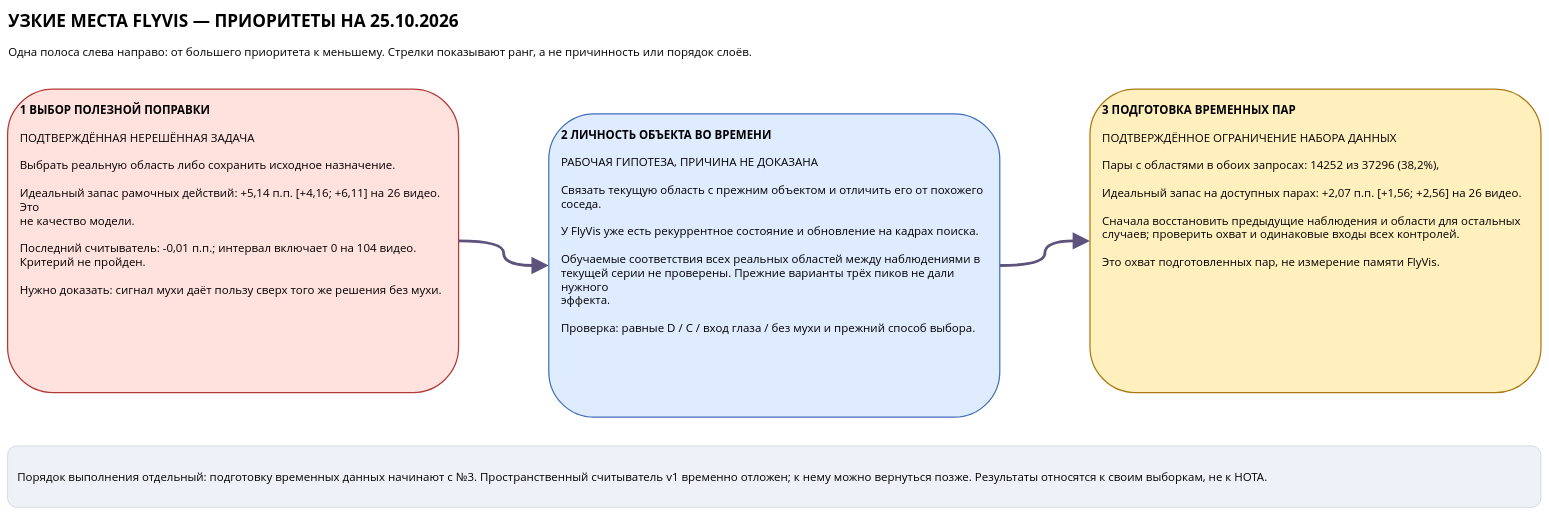
Above: page "Узкие места — приоритеты" (2 of 2) of dissertation/architecture/FlyVis_architecture.drawio in Azidaan/FlyNight (draw.io), before the change. Source tidied: cells renumbered, new cells numbered last; positions are measured from the earlier drawing's top-left corner, leaving out a move shared by most shapes. Both pictures are drawn from the tidied source at 41%, with x=0, y=0 at pixel (7, 7).
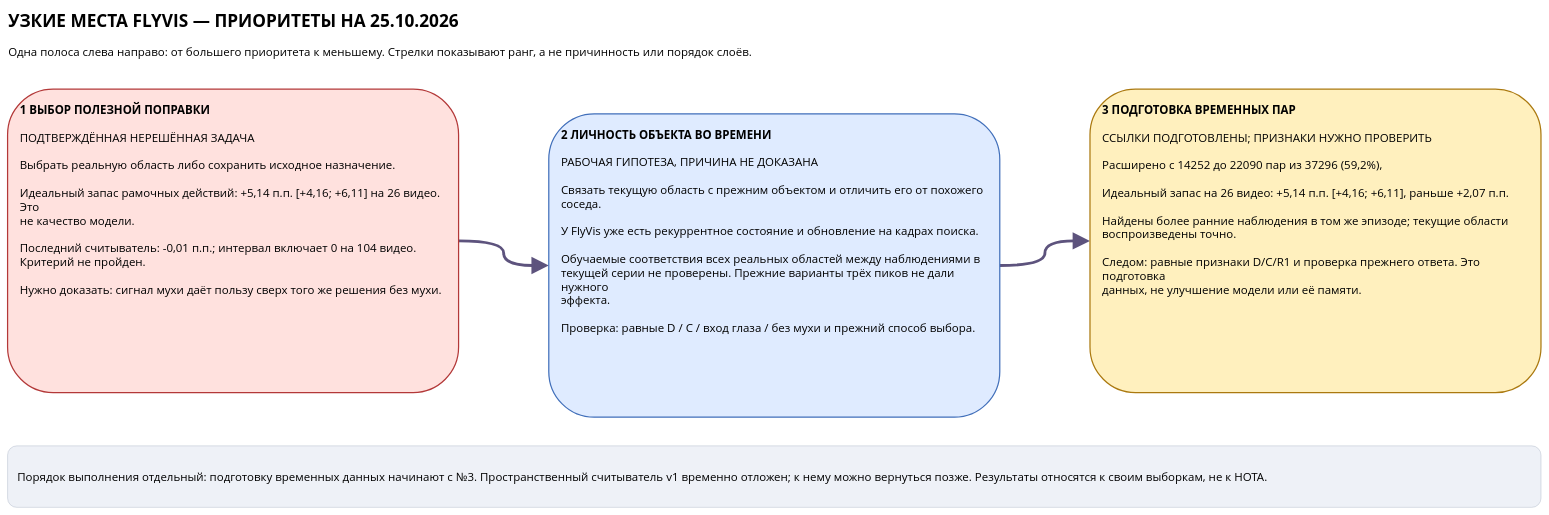
Above is the later version.

Diff of the diagram source:
```diff
@@
 <mxGraphModel>
   <root>
     <mxCell id="0" />
     <mxCell id="1" parent="0" />
     <mxCell id="2" value="УЗКИЕ МЕСТА FLYVIS — ПРИОРИТЕТЫ НА 25.10.2026" style="text;html=1;align=left;fontSize=42;fontStyle=1;fontFamily=Segoe UI;" parent="1" vertex="1">
       <mxGeometry width="3740" height="75" as="geometry" />
     </mxCell>
     <mxCell id="3" value="Одна полоса слева направо: от большего приоритета к меньшему. Стрелки показывают ранг, а не причинность или порядок слоёв." style="text;html=1;align=left;whiteSpace=wrap;fontSize=28;fontFamily=Segoe UI;" parent="1" vertex="1">
       <mxGeometry y="85" width="3740" height="75" as="geometry" />
     </mxCell>
     <mxCell id="4" style="edgeStyle=orthogonalEdgeStyle;curved=1;rounded=1;endArrow=block;endFill=1;endSize=24;strokeColor=#5D537D;strokeWidth=7;exitX=1;exitY=0.5;entryX=0;entryY=0.5;" parent="1" edge="1" source="6" target="7">
       <mxGeometry relative="1" as="geometry" />
     </mxCell>
     <mxCell id="5" style="edgeStyle=orthogonalEdgeStyle;curved=1;rounded=1;endArrow=block;endFill=1;endSize=24;strokeColor=#5D537D;strokeWidth=7;exitX=1;exitY=0.5;entryX=0;entryY=0.5;" parent="1" edge="1" source="7" target="8">
       <mxGeometry relative="1" as="geometry" />
     </mxCell>
     <mxCell id="6" value="&lt;b&gt;1 ВЫБОР ПОЛЕЗНОЙ ПОПРАВКИ&lt;/b&gt;&lt;br&gt;&lt;br&gt;ПОДТВЕРЖДЁННАЯ НЕРЕШЁННАЯ ЗАДАЧА&lt;br&gt;&lt;br&gt;Выбрать реальную область либо сохранить исходное назначение.&lt;br&gt;&lt;br&gt;Идеальный запас рамочных действий: +5,14 п.п. [+4,16; +6,11] на 26 видео. Это&lt;br&gt;не качество модели.&lt;br&gt;&lt;br&gt;Последний считыватель: -0,01 п.п.; интервал включает 0 на 104 видео.&lt;br&gt;Критерий не пройден.&lt;br&gt;&lt;br&gt;Нужно доказать: сигнал мухи даёт пользу сверх того же решения без мухи." style="rounded=1;whiteSpace=wrap;html=1;align=left;verticalAlign=top;spacing=30;fontSize=28;fontFamily=Segoe UI;fillColor=#FFE1DE;strokeColor=#B33838;strokeWidth=3;" parent="1" vertex="1">
       <mxGeometry y="200" width="1100" height="740" as="geometry" />
     </mxCell>
     <mxCell id="7" value="&lt;b&gt;2 ЛИЧНОСТЬ ОБЪЕКТА ВО ВРЕМЕНИ&lt;/b&gt;&lt;br&gt;&lt;br&gt;РАБОЧАЯ ГИПОТЕЗА, ПРИЧИНА НЕ ДОКАЗАНА&lt;br&gt;&lt;br&gt;Связать текущую область с прежним объектом и отличить его от похожего&lt;br&gt;соседа.&lt;br&gt;&lt;br&gt;У FlyVis уже есть рекуррентное состояние и обновление на кадрах поиска.&lt;br&gt;&lt;br&gt;Обучаемые соответствия всех реальных областей между наблюдениями в&lt;br&gt;текущей серии не проверены. Прежние варианты трёх пиков не дали нужного&lt;br&gt;эффекта.&lt;br&gt;&lt;br&gt;Проверка: равные D / C / вход глаза / без мухи и прежний способ выбора." style="rounded=1;whiteSpace=wrap;html=1;align=left;verticalAlign=top;spacing=30;fontSize=28;fontFamily=Segoe UI;fillColor=#DFEBFF;strokeColor=#416FBA;strokeWidth=3;" parent="1" vertex="1">
       <mxGeometry x="1320" y="260" width="1100" height="740" as="geometry" />
     </mxCell>
-    <mxCell id="8" value="&lt;b&gt;3 ПОДГОТОВКА ВРЕМЕННЫХ ПАР&lt;/b&gt;&lt;br&gt;&lt;br&gt;ПОДТВЕРЖДЁННОЕ ОГРАНИЧЕНИЕ НАБОРА ДАННЫХ&lt;br&gt;&lt;br&gt;Пары с областями в обоих запросах: 14252 из 37296 (38,2%),&lt;br&gt;&lt;br&gt;Идеальный запас на доступных парах: +2,07 п.п. [+1,56; +2,56] на 26 видео.&lt;br&gt;&lt;br&gt;Сначала восстановить предыдущие наблюдения и области для остальных&lt;br&gt;случаев; проверить охват и одинаковые входы всех контролей.&lt;br&gt;&lt;br&gt;Это охват подготовленных пар, не измерение памяти FlyVis." style="rounded=1;whiteSpace=wrap;html=1;align=left;verticalAlign=top;spacing=30;fontSize=28;fontFamily=Segoe UI;fillColor=#FFF0BE;strokeColor=#AB790F;strokeWidth=3;" parent="1" vertex="1">
+    <mxCell id="8" value="&lt;b&gt;3 ПОДГОТОВКА ВРЕМЕННЫХ ПАР&lt;/b&gt;&lt;br&gt;&lt;br&gt;ССЫЛКИ ПОДГОТОВЛЕНЫ; ПРИЗНАКИ НУЖНО ПРОВЕРИТЬ&lt;br&gt;&lt;br&gt;Расширено с 14252 до 22090 пар из 37296 (59,2%),&lt;br&gt;&lt;br&gt;Идеальный запас на 26 видео: +5,14 п.п. [+4,16; +6,11], раньше +2,07 п.п.&lt;br&gt;&lt;br&gt;Найдены более ранние наблюдения в том же эпизоде; текущие области&lt;br&gt;воспроизведены точно.&lt;br&gt;&lt;br&gt;Следом: равные признаки D/C/R1 и проверка прежнего ответа. Это подготовка&lt;br&gt;данных, не улучшение модели или её памяти." style="rounded=1;whiteSpace=wrap;html=1;align=left;verticalAlign=top;spacing=30;fontSize=28;fontFamily=Segoe UI;fillColor=#FFF0BE;strokeColor=#AB790F;strokeWidth=3;" parent="1" vertex="1">
       <mxGeometry x="2640" y="200" width="1100" height="740" as="geometry" />
     </mxCell>
     <mxCell id="9" value="Порядок выполнения отдельный: подготовку временных данных начинают с №3. Пространственный считыватель v1 временно отложен; к нему можно вернуться позже. Результаты относятся к своим выборкам, не к HOTA." style="rounded=1;html=1;whiteSpace=wrap;align=left;verticalAlign=middle;spacing=24;fontSize=28;fontFamily=Segoe UI;fillColor=#EEF1F7;strokeColor=#A5AFC0;" parent="1" vertex="1">
       <mxGeometry y="1070" width="3740" height="150" as="geometry" />
     </mxCell>
   </root>
 </mxGraphModel>
```
